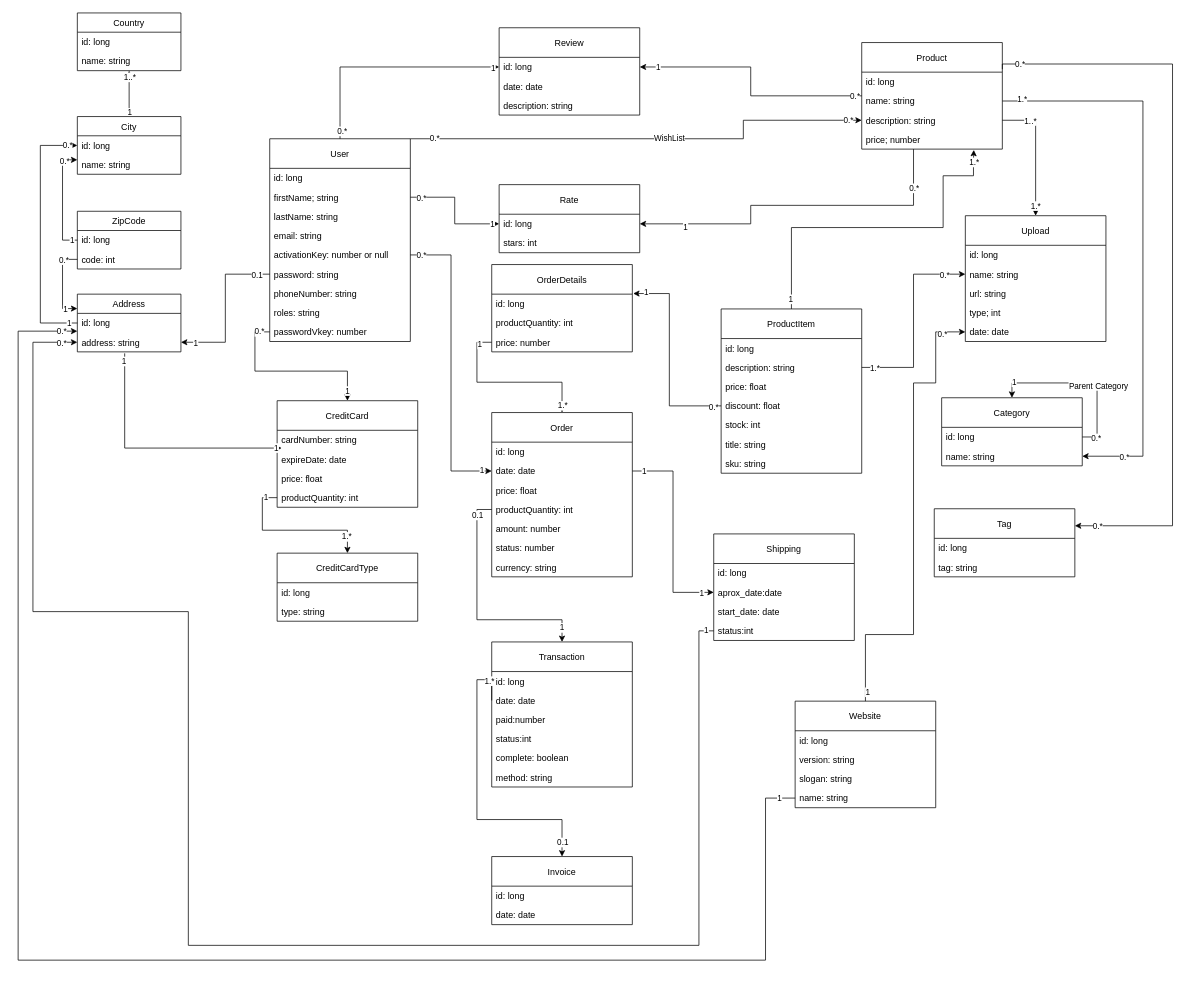
Earlier version of the draw.io diagram page "Ecommerce basic model" (1 of 4) of Class Diagram.drawio (Psycomentis06/AZIT-e-commerce-API-doc). Source tidied: cells renumbered, new cells numbered last; positions are measured from the earlier drawing's top-left corner, leaving out a move shared by most shapes. Both pictures are drawn from the tidied source at 74%, with x=0, y=0 at pixel (18, 13).
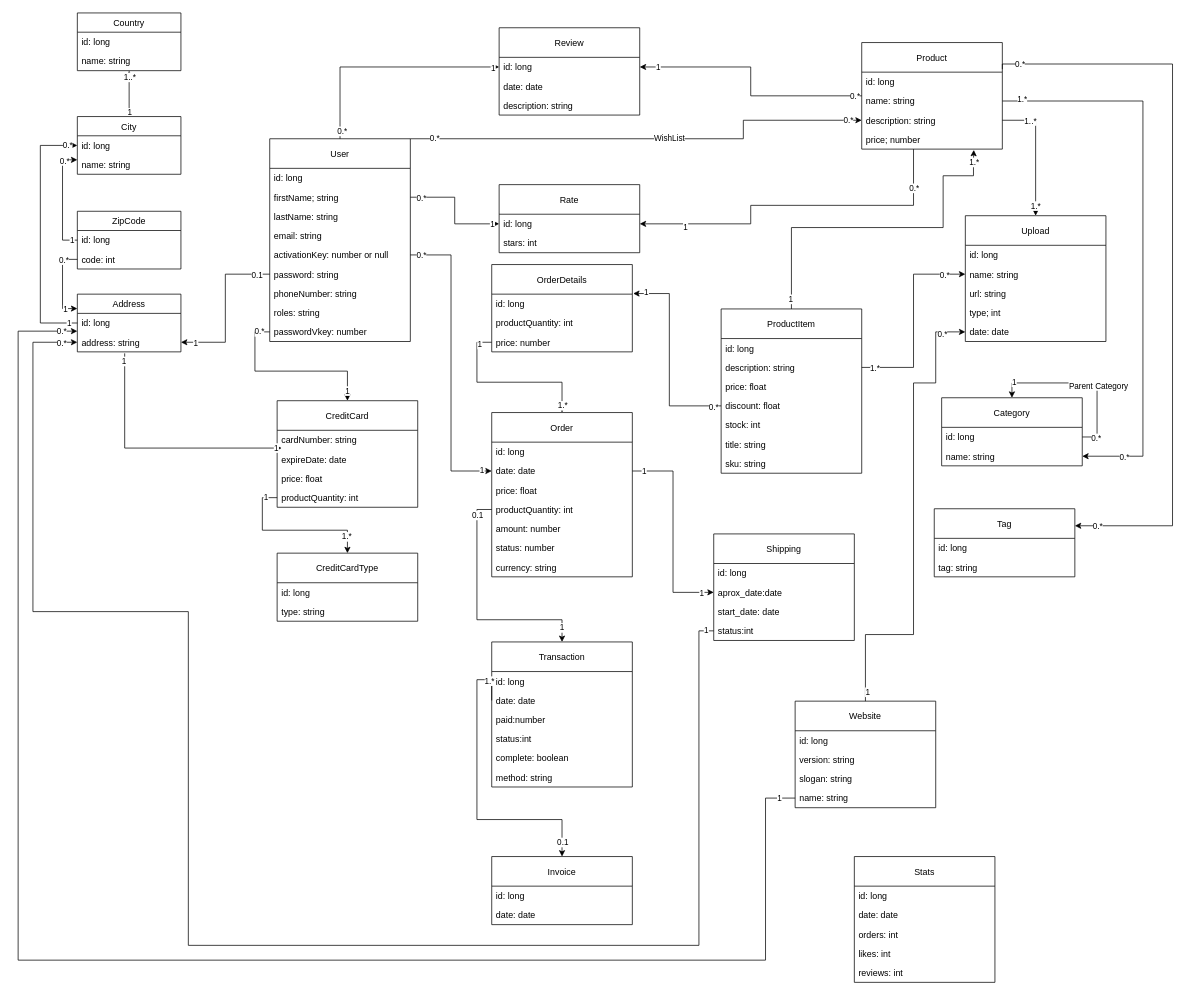
The same page after the edit.

The edit, as a diff of the source:
```diff
@@
+    <mxCell id="182" value="Stats" style="swimlane;fontStyle=0;horizontal=1;startSize=40;fillColor=none;" parent="1" vertex="1">
+      <mxGeometry x="1130" y="1140" width="190" height="170" as="geometry" />
+    </mxCell>
+    <mxCell id="183" value="id: long" style="text;strokeColor=none;fillColor=none;align=left;verticalAlign=top;spacingLeft=4;spacingRight=4;overflow=hidden;" parent="182" vertex="1">
+      <mxGeometry y="40" width="190" height="26" as="geometry" />
+    </mxCell>
+    <mxCell id="184" value="date: date" style="text;strokeColor=none;fillColor=none;align=left;verticalAlign=top;spacingLeft=4;spacingRight=4;overflow=hidden;" parent="182" vertex="1">
+      <mxGeometry y="66" width="190" height="26" as="geometry" />
+    </mxCell>
+    <mxCell id="185" value="orders: int" style="text;strokeColor=none;fillColor=none;align=left;verticalAlign=top;spacingLeft=4;spacingRight=4;overflow=hidden;" parent="182" vertex="1">
+      <mxGeometry y="92" width="190" height="26" as="geometry" />
+    </mxCell>
+    <mxCell id="186" value="likes: int" style="text;strokeColor=none;fillColor=none;align=left;verticalAlign=top;spacingLeft=4;spacingRight=4;overflow=hidden;" parent="182" vertex="1">
+      <mxGeometry y="118" width="190" height="26" as="geometry" />
+    </mxCell>
+    <mxCell id="187" value="reviews: int" style="text;strokeColor=none;fillColor=none;align=left;verticalAlign=top;spacingLeft=4;spacingRight=4;overflow=hidden;" parent="182" vertex="1">
+      <mxGeometry y="144" width="190" height="26" as="geometry" />
+    </mxCell>
```
